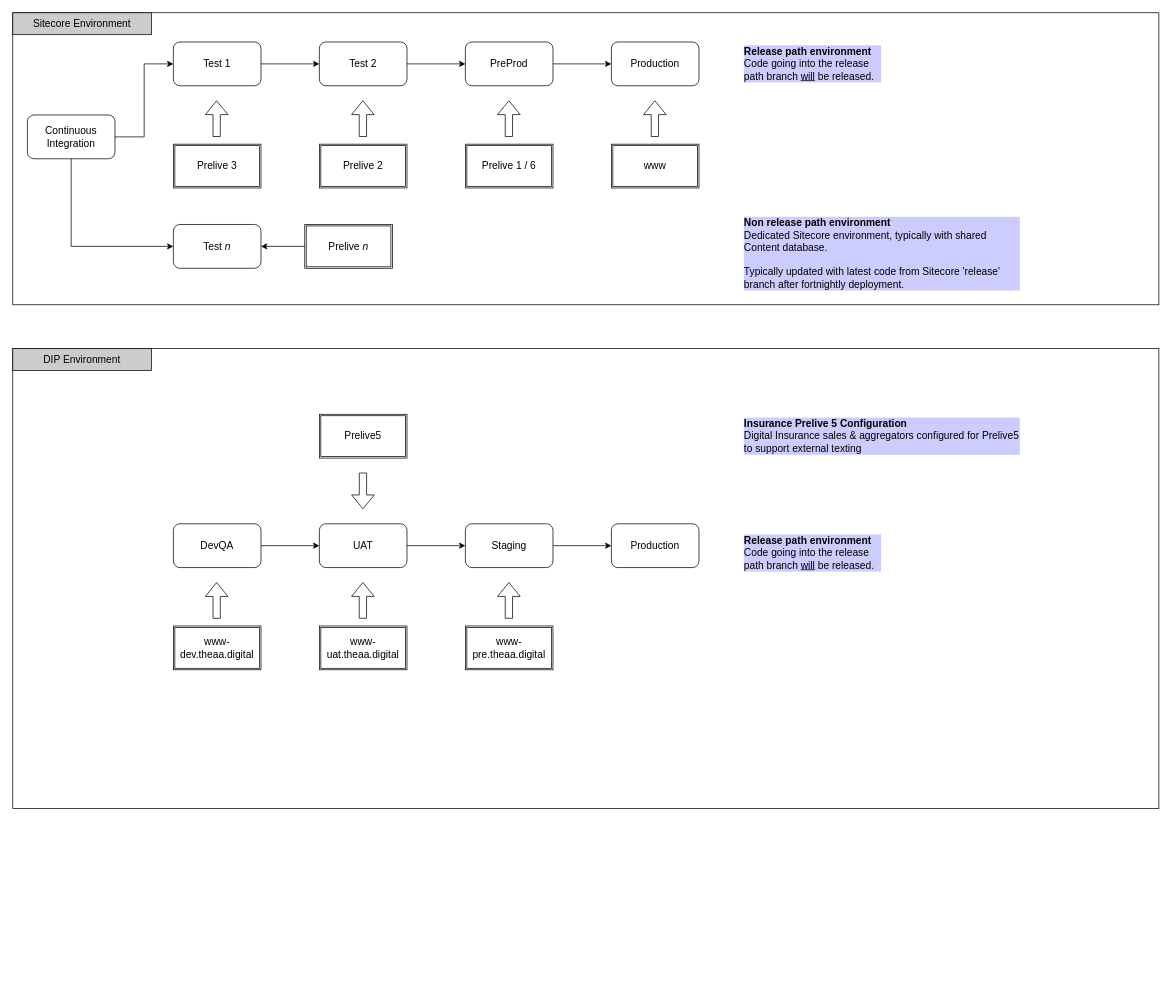
This is Environment.drawio from andrewjamescarr/diagrams, a draw.io file, before an edit. Source tidied: cells renumbered, new cells numbered last; positions are measured from the earlier drawing's top-left corner, leaving out a move shared by most shapes. Both pictures are drawn from the tidied source at 73%, with x=0, y=0 at pixel (12, 12).
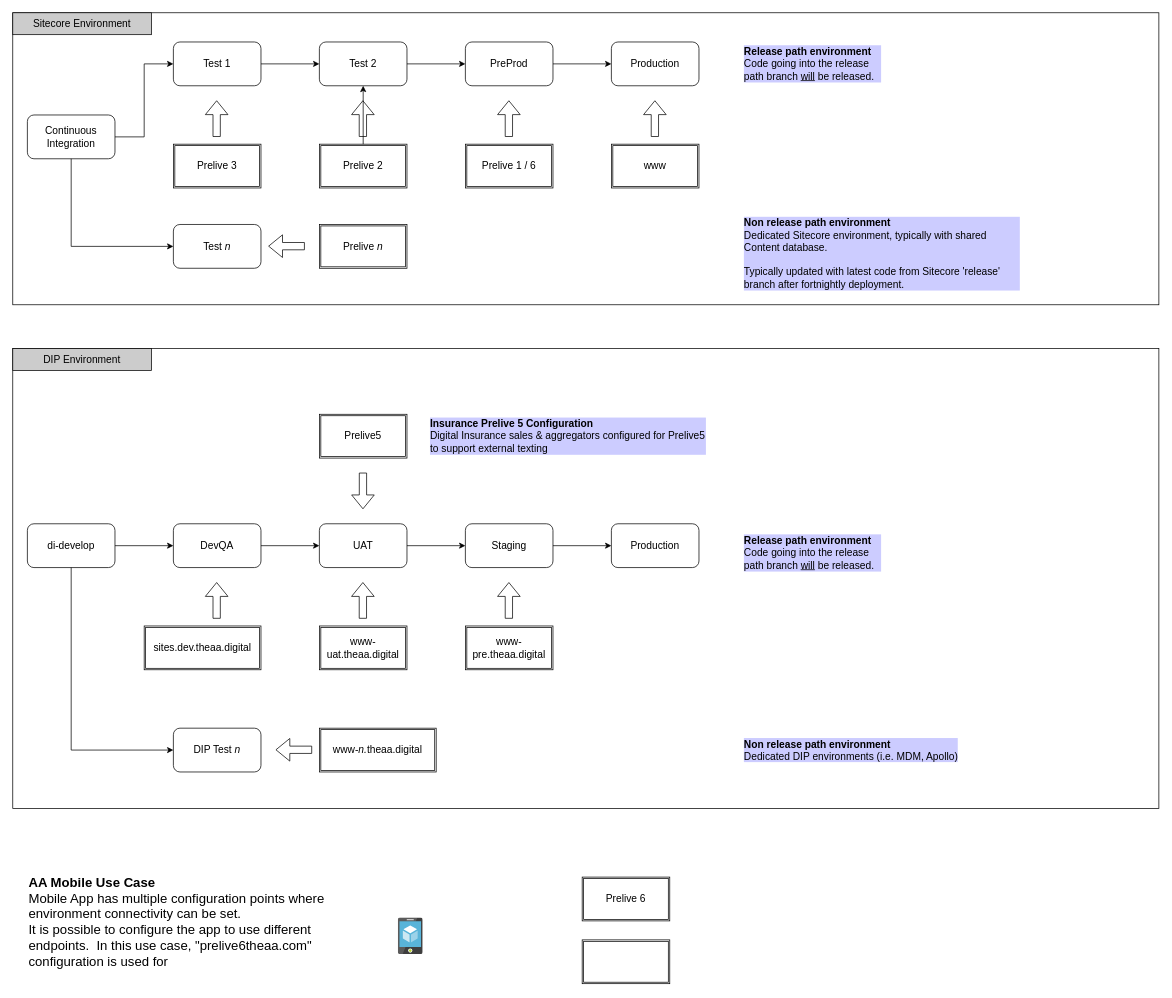
The same page after the edit.

Unchanged cells that the change refers to:
```xml
<mxCell id="10" value="Test 2" style="rounded=1;whiteSpace=wrap;html=1;fontSize=14;fillColor=none;" parent="1" vertex="1">
  <mxGeometry x="420" y="40" width="120" height="60" as="geometry" />
</mxCell>
<mxCell id="13" value="DevQA" style="rounded=1;whiteSpace=wrap;html=1;fontSize=14;fillColor=none;" parent="1" vertex="1">
  <mxGeometry x="220" y="700" width="120" height="60" as="geometry" />
</mxCell>
<mxCell id="20" value="Prelive 2" style="shape=ext;double=1;rounded=0;whiteSpace=wrap;html=1;fillColor=none;fontSize=14;" parent="1" vertex="1">
  <mxGeometry x="420" y="180" width="120" height="60" as="geometry" />
</mxCell>
<mxCell id="36" value="Test &lt;i&gt;n&lt;/i&gt;" style="rounded=1;whiteSpace=wrap;html=1;fontSize=14;fillColor=none;" parent="1" vertex="1">
  <mxGeometry x="220" y="290" width="120" height="60" as="geometry" />
</mxCell>
```

Change to the diagram source:
```diff
@@
+    <mxCell id="46" style="edgeStyle=orthogonalEdgeStyle;rounded=0;jettySize=auto;html=1;fontSize=14;" parent="1" edge="1" source="20" target="10">
+      <mxGeometry relative="1" as="geometry" />
+    </mxCell>
@@
-    <mxCell id="27" value="www-dev.theaa.digital" style="shape=ext;double=1;rounded=0;whiteSpace=wrap;html=1;fillColor=none;fontSize=14;" parent="1" vertex="1">
-      <mxGeometry x="220" y="840" width="120" height="60" as="geometry" />
+    <mxCell id="27" value="sites.dev.theaa.digital" style="shape=ext;double=1;rounded=0;whiteSpace=wrap;html=1;fillColor=none;fontSize=14;" parent="1" vertex="1">
+      <mxGeometry x="180" y="840" width="160" height="60" as="geometry" />
     </mxCell>
@@
-    <mxCell id="37" style="edgeStyle=orthogonalEdgeStyle;rounded=0;jettySize=auto;html=1;fontSize=14;" parent="1" edge="1" source="38" target="36">
-      <mxGeometry relative="1" as="geometry" />
-    </mxCell>
     <mxCell id="38" value="Prelive &lt;i&gt;n&lt;/i&gt;" style="shape=ext;double=1;rounded=0;whiteSpace=wrap;html=1;fillColor=none;fontSize=14;" parent="1" vertex="1">
-      <mxGeometry x="400" y="290" width="120" height="60" as="geometry" />
+      <mxGeometry x="420" y="290" width="120" height="60" as="geometry" />
     </mxCell>
@@
     <mxCell id="44" value="&lt;b&gt;Insurance Prelive 5 Configuration&lt;/b&gt;&lt;br&gt;Digital Insurance sales &amp;amp; aggregators configured for Prelive5 to support external texting" style="text;html=1;strokeColor=none;fillColor=none;align=left;verticalAlign=middle;whiteSpace=wrap;rounded=0;fontSize=14;labelBackgroundColor=#CCCCFF;" parent="1" vertex="1">
-      <mxGeometry x="1000" y="550" width="380" height="60" as="geometry" />
+      <mxGeometry x="570" y="550" width="380" height="60" as="geometry" />
     </mxCell>
@@
+    <mxCell id="47" style="edgeStyle=orthogonalEdgeStyle;rounded=0;jettySize=auto;html=1;fontSize=14;" parent="1" edge="1" source="49" target="13">
+      <mxGeometry relative="1" as="geometry" />
+    </mxCell>
+    <mxCell id="48" style="edgeStyle=orthogonalEdgeStyle;rounded=0;jettySize=auto;html=1;entryX=0;entryY=0.5;entryDx=0;entryDy=0;fontSize=14;" parent="1" edge="1" source="49" target="50">
+      <mxGeometry relative="1" as="geometry">
+        <Array as="points">
+          <mxPoint x="80" y="1010" />
+        </Array>
+      </mxGeometry>
+    </mxCell>
+    <mxCell id="49" value="di-develop" style="rounded=1;whiteSpace=wrap;html=1;fontSize=14;fillColor=none;" parent="1" vertex="1">
+      <mxGeometry x="20" y="700" width="120" height="60" as="geometry" />
+    </mxCell>
+    <mxCell id="50" value="DIP Test &lt;i&gt;n&lt;/i&gt;" style="rounded=1;whiteSpace=wrap;html=1;fontSize=14;fillColor=none;" parent="1" vertex="1">
+      <mxGeometry x="220" y="980" width="120" height="60" as="geometry" />
+    </mxCell>
+    <mxCell id="51" value="www-&lt;i&gt;n.&lt;/i&gt;theaa.digital" style="shape=ext;double=1;rounded=0;whiteSpace=wrap;html=1;fillColor=none;fontSize=14;" parent="1" vertex="1">
+      <mxGeometry x="420" y="980" width="160" height="60" as="geometry" />
+    </mxCell>
+    <mxCell id="52" style="shape=flexArrow;endArrow=classic;html=1;fontSize=14;" parent="1" edge="1">
+      <mxGeometry relative="1" as="geometry">
+        <mxPoint x="410" y="1009.6" as="sourcePoint" />
+        <mxPoint x="360" y="1009.6" as="targetPoint" />
+      </mxGeometry>
+    </mxCell>
+    <mxCell id="53" style="shape=flexArrow;endArrow=classic;html=1;fontSize=14;" parent="1" edge="1">
+      <mxGeometry relative="1" as="geometry">
+        <mxPoint x="400" y="319.7" as="sourcePoint" />
+        <mxPoint x="350" y="319.7" as="targetPoint" />
+      </mxGeometry>
+    </mxCell>
+    <mxCell id="54" value="&lt;b&gt;Non release path environment&lt;/b&gt;&lt;br&gt;Dedicated DIP environments (i.e. MDM, Apollo)" style="text;html=1;strokeColor=none;fillColor=none;align=left;verticalAlign=middle;whiteSpace=wrap;rounded=0;fontSize=14;labelBackgroundColor=#CCCCFF;" parent="1" vertex="1">
+      <mxGeometry x="1000" y="980" width="380" height="60" as="geometry" />
+    </mxCell>
+    <mxCell id="55" style="html=1;align=center;image;fontSize=12;image=img/lib/mscae/App_Service_Mobile_App.svg;labelBackgroundColor=none;fillColor=none;" parent="1" vertex="1">
+      <mxGeometry x="528" y="1240" width="34" height="50" as="geometry" />
+    </mxCell>
+    <mxCell id="56" value="Prelive 6" style="shape=ext;double=1;rounded=0;whiteSpace=wrap;html=1;fillColor=none;fontSize=14;" parent="1" vertex="1">
+      <mxGeometry x="780" y="1184" width="120" height="60" as="geometry" />
+    </mxCell>
+    <mxCell id="57" style="shape=ext;double=1;rounded=0;whiteSpace=wrap;html=1;fillColor=none;fontSize=14;" parent="1" vertex="1">
+      <mxGeometry x="780" y="1270" width="120" height="60" as="geometry" />
+    </mxCell>
+    <mxCell id="58" value="&lt;b&gt;AA Mobile Use Case&lt;br&gt;&lt;/b&gt;Mobile App has multiple configuration points where environment connectivity can be set.&amp;nbsp;&lt;br&gt;It is possible to configure the app to use different endpoints.&amp;nbsp; In this use case, &quot;prelive6theaa.com&quot; configuration is used for&amp;nbsp;&lt;br&gt;&lt;br&gt;" style="text;html=1;strokeColor=none;fillColor=none;align=left;verticalAlign=middle;whiteSpace=wrap;rounded=0;labelBackgroundColor=none;fontSize=18;" parent="1" vertex="1">
+      <mxGeometry x="20" y="1204" width="440" height="106" as="geometry" />
+    </mxCell>
```
